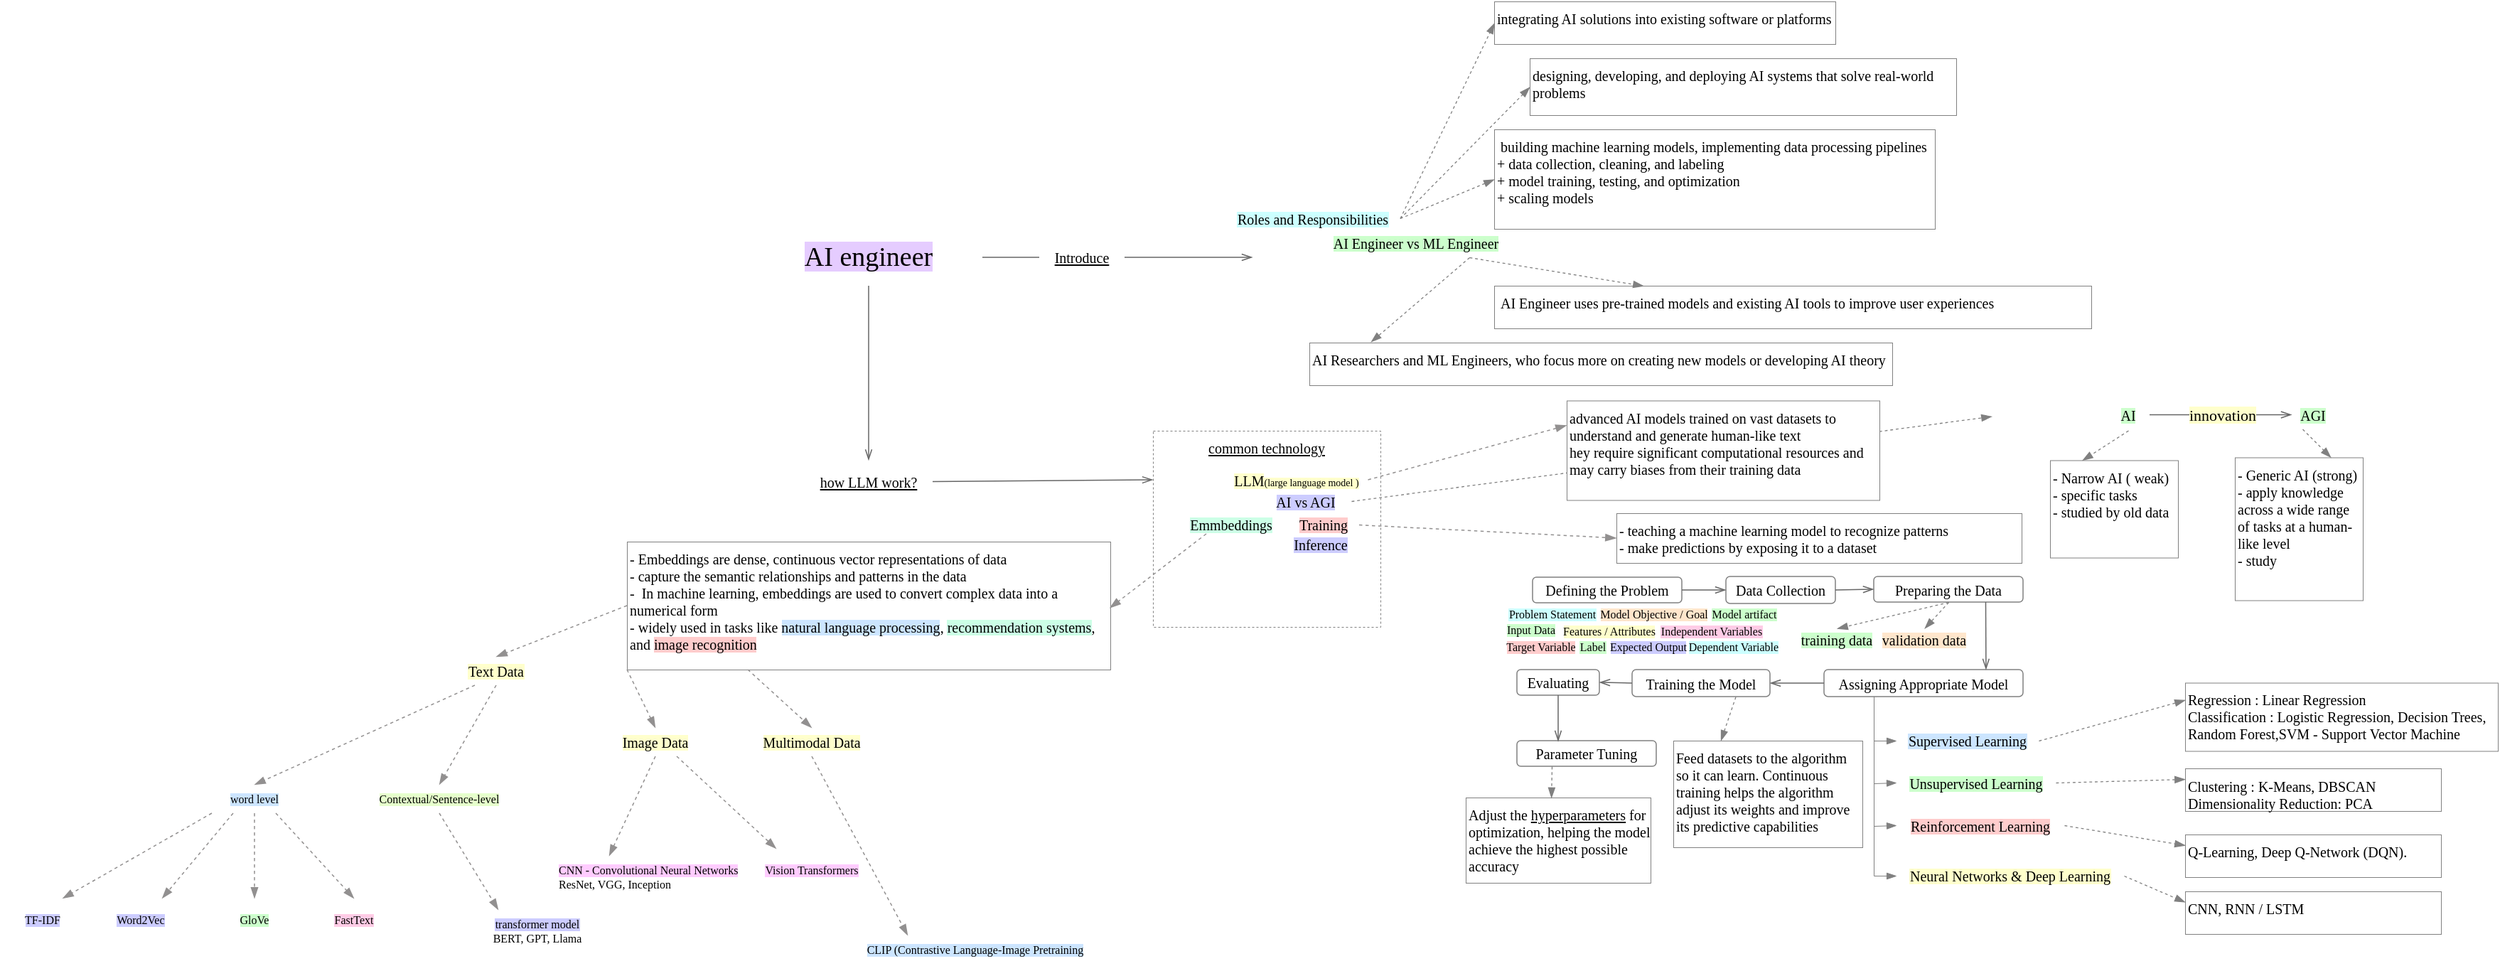
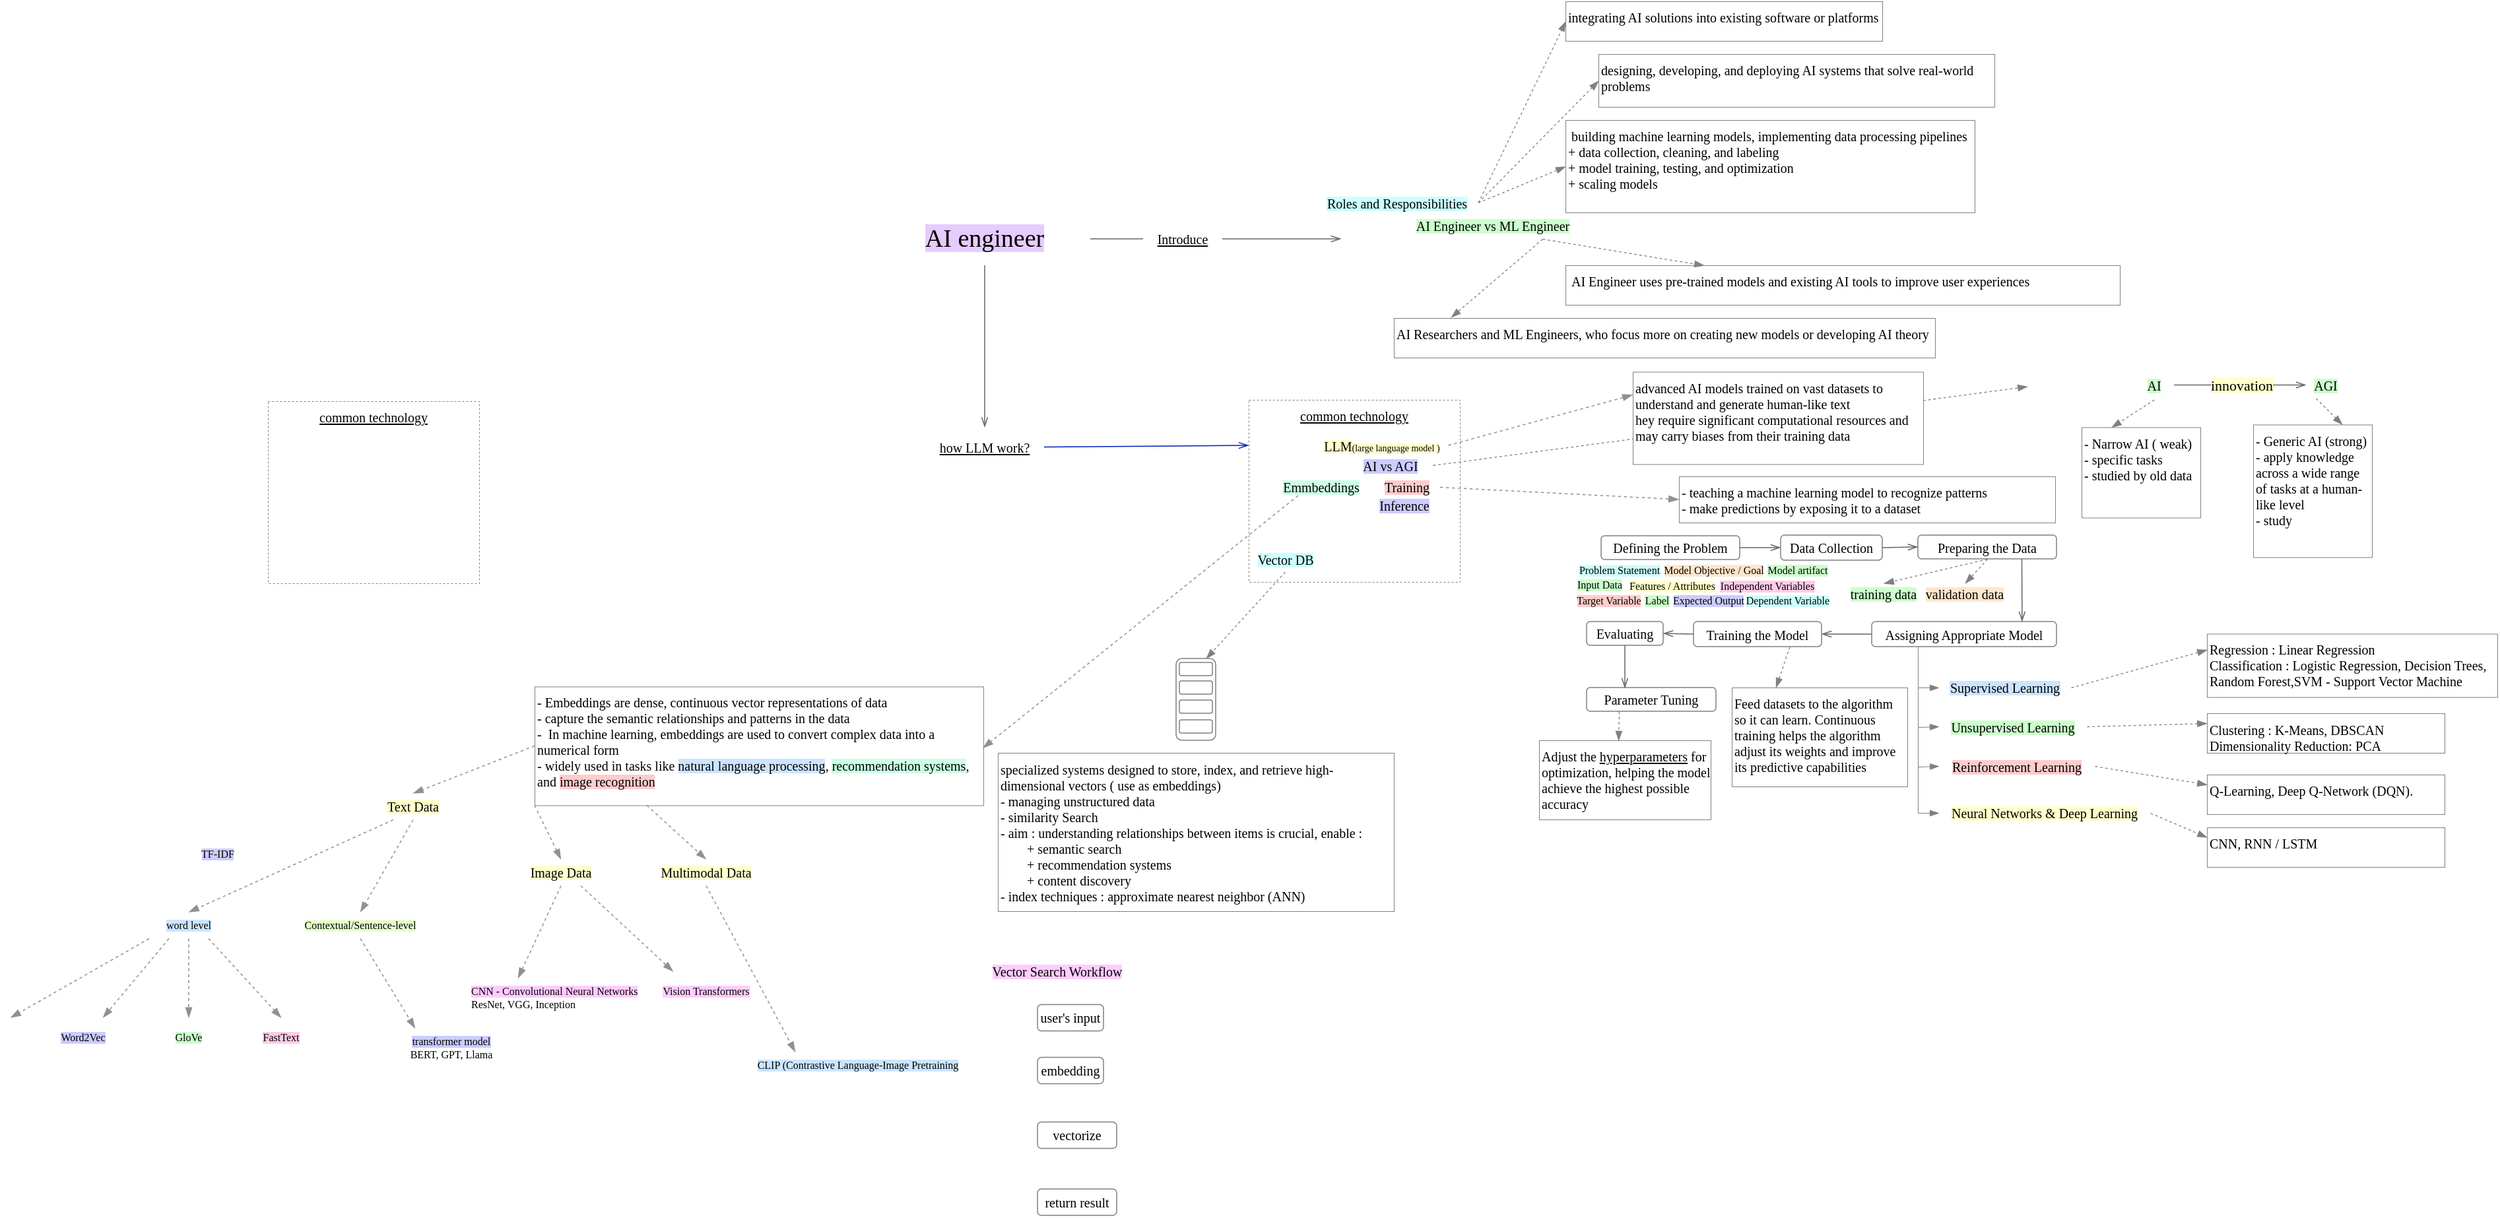
<mxfile host="app.diagrams.net" agent="Mozilla/5.0 (Macintosh; Intel Mac OS X 10_15_7) AppleWebKit/537.36 (KHTML, like Gecko) draw.io/29.3.0 Chrome/140.0.7339.249 Electron/38.7.2 Safari/537.36">
  <diagram name="Page-1" id="n3nyEJ4kgbD7jWuKOy95">
-     <mxGraphModel dx="2415" dy="741" grid="1" gridSize="10" guides="1" tooltips="1" connect="1" arrows="1" fold="1" page="1" pageScale="1" pageWidth="827" pageHeight="1169" math="0" shadow="0">
+     <mxGraphModel dx="1247" dy="188" grid="1" gridSize="10" guides="1" tooltips="1" connect="1" arrows="1" fold="1" page="1" pageScale="1" pageWidth="827" pageHeight="1169" math="0" shadow="0">
      <root>
        <mxCell id="0" />
        <mxCell id="1" parent="0" />
        <mxCell id="48Jv2C9wjBzbgeSbcpPr-1" parent="1" style="text;html=1;whiteSpace=wrap;strokeColor=none;fillColor=none;align=center;verticalAlign=middle;rounded=0;fontFamily=Comic Sans MS;fontSize=19;" value="&lt;span style=&quot;background-color: rgb(229, 204, 255);&quot;&gt;AI engineer&lt;/span&gt;" vertex="1">
          <mxGeometry height="40" width="160" x="400" y="360" as="geometry" />
        </mxCell>
        <mxCell id="48Jv2C9wjBzbgeSbcpPr-3" parent="1" style="text;html=1;whiteSpace=wrap;strokeColor=none;fillColor=none;align=center;verticalAlign=middle;rounded=0;fontFamily=Comic Sans MS;fontSize=10;fontStyle=4" value="how LLM work?" vertex="1">
          <mxGeometry height="30" width="90" x="435" y="522.75" as="geometry" />
        </mxCell>
        <mxCell id="48Jv2C9wjBzbgeSbcpPr-6" edge="1" parent="1" source="48Jv2C9wjBzbgeSbcpPr-1" style="endArrow=openThin;html=1;rounded=0;strokeWidth=0.75;endFill=0;strokeColor=#666666;exitX=0.5;exitY=1;exitDx=0;exitDy=0;entryX=0.5;entryY=0;entryDx=0;entryDy=0;fontFamily=Comic Sans MS;" target="48Jv2C9wjBzbgeSbcpPr-3" value="">
          <mxGeometry height="50" relative="1" width="50" as="geometry">
            <mxPoint x="390" y="450" as="sourcePoint" />
            <mxPoint x="440" y="400" as="targetPoint" />
          </mxGeometry>
        </mxCell>
        <mxCell id="48Jv2C9wjBzbgeSbcpPr-8" parent="1" style="text;html=1;whiteSpace=wrap;strokeColor=none;fillColor=none;align=center;verticalAlign=middle;rounded=0;fontFamily=Comic Sans MS;fontSize=10;fontStyle=4" value="Introduce" vertex="1">
          <mxGeometry height="30" width="60" x="600" y="365" as="geometry" />
        </mxCell>
        <mxCell id="48Jv2C9wjBzbgeSbcpPr-9" edge="1" parent="1" source="48Jv2C9wjBzbgeSbcpPr-1" style="endArrow=none;html=1;rounded=0;strokeWidth=0.75;endFill=0;strokeColor=#666666;entryX=0;entryY=0.5;entryDx=0;entryDy=0;exitX=1;exitY=0.5;exitDx=0;exitDy=0;fontFamily=Comic Sans MS;" target="48Jv2C9wjBzbgeSbcpPr-8" value="">
          <mxGeometry height="50" relative="1" width="50" as="geometry">
            <mxPoint x="390" y="450" as="sourcePoint" />
            <mxPoint x="440" y="400" as="targetPoint" />
          </mxGeometry>
        </mxCell>
        <mxCell id="48Jv2C9wjBzbgeSbcpPr-11" edge="1" parent="1" source="48Jv2C9wjBzbgeSbcpPr-8" style="endArrow=openThin;html=1;rounded=0;strokeWidth=0.75;endFill=0;strokeColor=#666666;exitX=1;exitY=0.5;exitDx=0;exitDy=0;fontFamily=Comic Sans MS;" value="">
          <mxGeometry height="50" relative="1" width="50" as="geometry">
            <mxPoint x="590" y="450" as="sourcePoint" />
            <mxPoint x="750" y="380" as="targetPoint" />
          </mxGeometry>
        </mxCell>
        <mxCell id="48Jv2C9wjBzbgeSbcpPr-13" parent="1" style="text;html=1;whiteSpace=wrap;strokeColor=none;fillColor=none;align=center;verticalAlign=middle;rounded=0;fontFamily=Comic Sans MS;fontSize=10;" value="&lt;div&gt;&lt;span style=&quot;background-color: rgb(204, 255, 255);&quot;&gt;Roles and Responsibilities&lt;/span&gt;&lt;/div&gt;" vertex="1">
          <mxGeometry height="15" width="122.5" x="731.25" y="345" as="geometry" />
        </mxCell>
        <mxCell id="48Jv2C9wjBzbgeSbcpPr-14" parent="1" style="rounded=0;whiteSpace=wrap;html=1;fontFamily=Comic Sans MS;strokeWidth=0.5;strokeColor=#808080;align=left;verticalAlign=top;fontSize=10;" value="designing, developing, and deploying AI systems that solve real-world problems" vertex="1">
          <mxGeometry height="40" width="300" x="945" y="240" as="geometry" />
        </mxCell>
        <mxCell id="48Jv2C9wjBzbgeSbcpPr-15" parent="1" style="rounded=0;whiteSpace=wrap;html=1;fontFamily=Comic Sans MS;strokeWidth=0.5;strokeColor=#808080;align=left;verticalAlign=top;fontSize=10;" value="&amp;nbsp;building machine learning models, implementing data processing pipelines&lt;div&gt;+&amp;nbsp;data collection, cleaning, and labeling&lt;/div&gt;&lt;div&gt;+&amp;nbsp;model training, testing, and optimization&lt;/div&gt;&lt;div&gt;+&amp;nbsp;scaling models&lt;/div&gt;" vertex="1">
          <mxGeometry height="70" width="310" x="920" y="290" as="geometry" />
        </mxCell>
        <mxCell id="48Jv2C9wjBzbgeSbcpPr-16" parent="1" style="rounded=0;whiteSpace=wrap;html=1;fontFamily=Comic Sans MS;strokeWidth=0.5;strokeColor=#808080;align=left;verticalAlign=top;fontSize=10;" value="integrating AI solutions into existing software or platforms" vertex="1">
          <mxGeometry height="30" width="240" x="920" y="200" as="geometry" />
        </mxCell>
        <mxCell id="48Jv2C9wjBzbgeSbcpPr-17" edge="1" parent="1" source="48Jv2C9wjBzbgeSbcpPr-13" style="endArrow=blockThin;html=1;rounded=0;strokeColor=#808080;endFill=1;strokeWidth=0.65;exitX=1;exitY=0.5;exitDx=0;exitDy=0;entryX=0;entryY=0.5;entryDx=0;entryDy=0;dashed=1;fontFamily=Comic Sans MS;" target="48Jv2C9wjBzbgeSbcpPr-15" value="">
          <mxGeometry height="50" relative="1" width="50" as="geometry">
            <mxPoint x="945" y="330" as="sourcePoint" />
            <mxPoint x="920" y="290" as="targetPoint" />
          </mxGeometry>
        </mxCell>
        <mxCell id="48Jv2C9wjBzbgeSbcpPr-18" edge="1" parent="1" source="48Jv2C9wjBzbgeSbcpPr-13" style="endArrow=blockThin;html=1;rounded=0;strokeColor=#808080;endFill=1;strokeWidth=0.65;exitX=1;exitY=0.5;exitDx=0;exitDy=0;entryX=0;entryY=0.5;entryDx=0;entryDy=0;dashed=1;fontFamily=Comic Sans MS;" target="48Jv2C9wjBzbgeSbcpPr-14" value="">
          <mxGeometry height="50" relative="1" width="50" as="geometry">
            <mxPoint x="945" y="330" as="sourcePoint" />
            <mxPoint x="920" y="290" as="targetPoint" />
          </mxGeometry>
        </mxCell>
        <mxCell id="48Jv2C9wjBzbgeSbcpPr-19" edge="1" parent="1" source="48Jv2C9wjBzbgeSbcpPr-13" style="endArrow=blockThin;html=1;rounded=0;strokeColor=#808080;endFill=1;strokeWidth=0.65;exitX=1;exitY=0.5;exitDx=0;exitDy=0;entryX=0;entryY=0.5;entryDx=0;entryDy=0;dashed=1;fontFamily=Comic Sans MS;" target="48Jv2C9wjBzbgeSbcpPr-16" value="">
          <mxGeometry height="50" relative="1" width="50" as="geometry">
            <mxPoint x="945" y="330" as="sourcePoint" />
            <mxPoint x="920" y="290" as="targetPoint" />
          </mxGeometry>
        </mxCell>
        <mxCell id="48Jv2C9wjBzbgeSbcpPr-20" parent="1" style="text;html=1;whiteSpace=wrap;strokeColor=none;fillColor=none;align=center;verticalAlign=middle;rounded=0;fontFamily=Comic Sans MS;fontSize=10;" value="&lt;span style=&quot;background-color: rgb(204, 255, 204);&quot;&gt;AI Engineer vs ML Engineer&lt;/span&gt;" vertex="1">
          <mxGeometry height="20" width="150" x="790" y="360" as="geometry" />
        </mxCell>
        <mxCell id="48Jv2C9wjBzbgeSbcpPr-21" parent="1" style="rounded=0;whiteSpace=wrap;html=1;fontFamily=Comic Sans MS;strokeWidth=0.5;strokeColor=#808080;align=left;verticalAlign=top;fontSize=10;" value="&amp;nbsp;AI Engineer uses pre-trained models and existing AI tools to improve user experiences" vertex="1">
          <mxGeometry height="30" width="420" x="920" y="400" as="geometry" />
        </mxCell>
        <mxCell id="48Jv2C9wjBzbgeSbcpPr-22" parent="1" style="rounded=0;whiteSpace=wrap;html=1;fontFamily=Comic Sans MS;strokeWidth=0.5;strokeColor=#808080;align=left;verticalAlign=top;fontSize=10;" value="AI Researchers and ML Engineers, who focus more on creating new models or developing AI theory" vertex="1">
          <mxGeometry height="30" width="410" x="790" y="440" as="geometry" />
        </mxCell>
        <mxCell id="48Jv2C9wjBzbgeSbcpPr-23" edge="1" parent="1" source="48Jv2C9wjBzbgeSbcpPr-20" style="endArrow=blockThin;html=1;rounded=0;strokeColor=#808080;endFill=1;strokeWidth=0.65;exitX=0.75;exitY=1;exitDx=0;exitDy=0;entryX=0.25;entryY=0;entryDx=0;entryDy=0;dashed=1;fontFamily=Comic Sans MS;" target="48Jv2C9wjBzbgeSbcpPr-21" value="">
          <mxGeometry height="50" relative="1" width="50" as="geometry">
            <mxPoint x="705" y="330" as="sourcePoint" />
            <mxPoint x="680" y="290" as="targetPoint" />
          </mxGeometry>
        </mxCell>
        <mxCell id="48Jv2C9wjBzbgeSbcpPr-24" edge="1" parent="1" source="48Jv2C9wjBzbgeSbcpPr-20" style="endArrow=blockThin;html=1;rounded=0;strokeColor=#808080;endFill=1;strokeWidth=0.65;exitX=0.75;exitY=1;exitDx=0;exitDy=0;entryX=0.105;entryY=-0.017;entryDx=0;entryDy=0;dashed=1;entryPerimeter=0;fontFamily=Comic Sans MS;" target="48Jv2C9wjBzbgeSbcpPr-22" value="">
          <mxGeometry height="50" relative="1" width="50" as="geometry">
            <mxPoint x="705" y="330" as="sourcePoint" />
            <mxPoint x="680" y="290" as="targetPoint" />
          </mxGeometry>
        </mxCell>
        <mxCell id="48Jv2C9wjBzbgeSbcpPr-25" parent="1" style="rounded=0;whiteSpace=wrap;html=1;fontFamily=Comic Sans MS;strokeWidth=0.5;strokeColor=#808080;align=center;verticalAlign=top;fontSize=10;dashed=1;" value="&lt;u&gt;common technology&lt;/u&gt;&lt;div&gt;&lt;br&gt;&lt;/div&gt;" vertex="1">
          <mxGeometry height="138" width="160" x="680" y="502" as="geometry" />
        </mxCell>
        <mxCell id="48Jv2C9wjBzbgeSbcpPr-27" parent="1" style="text;html=1;whiteSpace=wrap;strokeColor=none;fillColor=none;align=center;verticalAlign=middle;rounded=0;fontFamily=Comic Sans MS;fontSize=10;" value="&lt;span&gt;&lt;span style=&quot;background-color: light-dark(rgb(204, 204, 255), rgb(0, 43, 0));&quot;&gt;AI vs AGI&lt;/span&gt;&lt;br&gt;&lt;/span&gt;" vertex="1">
          <mxGeometry height="10" width="65" x="754.5" y="546.5" as="geometry" />
        </mxCell>
-         <mxCell id="48Jv2C9wjBzbgeSbcpPr-28" edge="1" parent="1" source="48Jv2C9wjBzbgeSbcpPr-3" style="endArrow=openThin;html=1;rounded=0;strokeWidth=0.75;endFill=0;strokeColor=#666666;exitX=1;exitY=0.5;exitDx=0;exitDy=0;entryX=0;entryY=0.25;entryDx=0;entryDy=0;fontFamily=Comic Sans MS;" target="48Jv2C9wjBzbgeSbcpPr-25" value="">
+         <mxCell id="48Jv2C9wjBzbgeSbcpPr-28" edge="1" parent="1" source="48Jv2C9wjBzbgeSbcpPr-3" style="endArrow=openThin;html=1;rounded=0;strokeWidth=0.75;endFill=0;strokeColor=#001DBC;exitX=1;exitY=0.5;exitDx=0;exitDy=0;entryX=0;entryY=0.25;entryDx=0;entryDy=0;fontFamily=Comic Sans MS;fillColor=#0050ef;" target="48Jv2C9wjBzbgeSbcpPr-25" value="">
          <mxGeometry height="50" relative="1" width="50" as="geometry">
            <mxPoint x="670" y="630" as="sourcePoint" />
            <mxPoint x="720" y="580" as="targetPoint" />
          </mxGeometry>
        </mxCell>
        <mxCell id="48Jv2C9wjBzbgeSbcpPr-31" edge="1" parent="1" source="48Jv2C9wjBzbgeSbcpPr-27" style="endArrow=blockThin;html=1;rounded=0;strokeColor=#808080;endFill=1;strokeWidth=0.65;exitX=1;exitY=0.5;exitDx=0;exitDy=0;dashed=1;fontFamily=Comic Sans MS;entryX=0;entryY=0.5;entryDx=0;entryDy=0;" value="">
          <mxGeometry height="50" relative="1" width="50" as="geometry">
            <mxPoint x="810" y="536" as="sourcePoint" />
            <mxPoint x="1270" y="491.7500000000001" as="targetPoint" />
          </mxGeometry>
        </mxCell>
        <mxCell id="48Jv2C9wjBzbgeSbcpPr-32" parent="1" style="text;html=1;whiteSpace=wrap;strokeColor=none;fillColor=none;align=center;verticalAlign=middle;rounded=0;fontFamily=Comic Sans MS;fontSize=10;" value="&lt;span style=&quot;background-color: rgb(204, 255, 204);&quot;&gt;&lt;span style=&quot;background-color: light-dark(rgb(204, 255, 204), rgb(0, 43, 0));&quot;&gt;AI&lt;/span&gt;&lt;br&gt;&lt;/span&gt;" vertex="1">
          <mxGeometry height="22" width="30" x="1351" y="479.75" as="geometry" />
        </mxCell>
        <mxCell id="48Jv2C9wjBzbgeSbcpPr-34" parent="1" style="text;html=1;whiteSpace=wrap;strokeColor=none;fillColor=none;align=center;verticalAlign=middle;rounded=0;fontFamily=Comic Sans MS;fontSize=10;" value="&lt;span style=&quot;background-color: rgb(204, 255, 204);&quot;&gt;AGI&lt;/span&gt;" vertex="1">
          <mxGeometry height="20" width="30" x="1481" y="480.75" as="geometry" />
        </mxCell>
        <mxCell id="48Jv2C9wjBzbgeSbcpPr-35" edge="1" parent="1" source="48Jv2C9wjBzbgeSbcpPr-32" style="endArrow=openThin;html=1;rounded=0;strokeWidth=0.75;endFill=0;strokeColor=#666666;exitX=1;exitY=0.5;exitDx=0;exitDy=0;fontFamily=Comic Sans MS;" target="48Jv2C9wjBzbgeSbcpPr-34" value="">
          <mxGeometry height="50" relative="1" width="50" as="geometry">
            <mxPoint x="1391" y="612.75" as="sourcePoint" />
            <mxPoint x="1441" y="562.75" as="targetPoint" />
          </mxGeometry>
        </mxCell>
        <mxCell id="48Jv2C9wjBzbgeSbcpPr-36" connectable="0" parent="48Jv2C9wjBzbgeSbcpPr-35" style="edgeLabel;html=1;align=center;verticalAlign=middle;resizable=0;points=[];fontFamily=Comic Sans MS;" value="&lt;span style=&quot;background-color: rgb(255, 255, 204);&quot;&gt;innovation&lt;/span&gt;" vertex="1">
          <mxGeometry relative="1" x="-0.312" as="geometry">
            <mxPoint x="16" as="offset" />
          </mxGeometry>
        </mxCell>
        <mxCell id="48Jv2C9wjBzbgeSbcpPr-37" parent="1" style="rounded=0;whiteSpace=wrap;html=1;fontFamily=Comic Sans MS;strokeWidth=0.5;strokeColor=#808080;align=left;verticalAlign=top;fontSize=10;" value="- Narrow AI ( weak)&lt;div&gt;-&amp;nbsp;specific tasks&lt;/div&gt;&lt;div&gt;- studied by old data&lt;/div&gt;" vertex="1">
          <mxGeometry height="68.5" width="90" x="1311" y="522.75" as="geometry" />
        </mxCell>
        <mxCell id="48Jv2C9wjBzbgeSbcpPr-38" parent="1" style="rounded=0;whiteSpace=wrap;html=1;fontFamily=Comic Sans MS;strokeWidth=0.5;strokeColor=#808080;align=left;verticalAlign=top;fontSize=10;" value="- Generic AI (strong)&lt;div&gt;-&amp;nbsp;apply knowledge across a wide range of tasks at a human-like level&lt;/div&gt;&lt;div&gt;- study&amp;nbsp;&lt;/div&gt;" vertex="1">
          <mxGeometry height="100.5" width="90" x="1441" y="520.75" as="geometry" />
        </mxCell>
        <mxCell id="48Jv2C9wjBzbgeSbcpPr-39" edge="1" parent="1" source="48Jv2C9wjBzbgeSbcpPr-34" style="endArrow=blockThin;html=1;rounded=0;strokeColor=#808080;endFill=1;strokeWidth=0.65;exitX=0.25;exitY=1;exitDx=0;exitDy=0;entryX=0.75;entryY=0;entryDx=0;entryDy=0;dashed=1;" target="48Jv2C9wjBzbgeSbcpPr-38" value="">
          <mxGeometry height="50" relative="1" width="50" as="geometry">
            <mxPoint x="1456" y="580.75" as="sourcePoint" />
            <mxPoint x="1431" y="540.75" as="targetPoint" />
          </mxGeometry>
        </mxCell>
        <mxCell id="48Jv2C9wjBzbgeSbcpPr-41" edge="1" parent="1" source="48Jv2C9wjBzbgeSbcpPr-32" style="endArrow=blockThin;html=1;rounded=0;strokeColor=#808080;endFill=1;strokeWidth=0.65;exitX=0.5;exitY=1;exitDx=0;exitDy=0;entryX=0.25;entryY=0;entryDx=0;entryDy=0;dashed=1;" target="48Jv2C9wjBzbgeSbcpPr-37" value="">
          <mxGeometry height="50" relative="1" width="50" as="geometry">
            <mxPoint x="1456" y="582.75" as="sourcePoint" />
            <mxPoint x="1431" y="542.75" as="targetPoint" />
          </mxGeometry>
        </mxCell>
        <mxCell id="4Kx2ZGOmUHy-jwn0eLsE-1" parent="1" style="text;html=1;whiteSpace=wrap;strokeColor=none;fillColor=none;align=center;verticalAlign=middle;rounded=0;" value="&lt;font face=&quot;Comic Sans MS&quot; style=&quot;background-color: rgb(255, 255, 204); font-size: 10px;&quot;&gt;LLM&lt;/font&gt;&lt;span style=&quot;background-color: rgb(255, 255, 204); font-size: 7px; font-family: &amp;quot;Comic Sans MS&amp;quot;; color: light-dark(rgb(0, 0, 0), rgb(255, 255, 255));&quot;&gt;(large language model )&lt;/span&gt;" vertex="1">
          <mxGeometry height="20" width="100" x="731.25" y="526.5" as="geometry" />
        </mxCell>
        <mxCell id="4Kx2ZGOmUHy-jwn0eLsE-2" parent="1" style="rounded=0;whiteSpace=wrap;html=1;align=left;verticalAlign=top;fontFamily=Comic Sans MS;strokeWidth=0.5;fontSize=10;strokeColor=#808080;" value="&lt;div&gt;&lt;div&gt;&lt;span style=&quot;background-color: transparent;&quot;&gt;advanced AI models trained on vast datasets to understand and generate human-like text&lt;/span&gt;&lt;/div&gt;&lt;/div&gt;&lt;div&gt;&lt;span style=&quot;background-color: transparent;&quot;&gt;hey require significant computational resources and may carry biases from their training data&lt;/span&gt;&lt;/div&gt;" vertex="1">
          <mxGeometry height="70" width="220" x="971" y="480.75" as="geometry" />
        </mxCell>
        <mxCell id="4Kx2ZGOmUHy-jwn0eLsE-3" edge="1" parent="1" source="4Kx2ZGOmUHy-jwn0eLsE-1" style="endArrow=blockThin;html=1;rounded=0;endFill=1;strokeColor=light-dark(#929090, #ededed);strokeWidth=0.75;dashed=1;exitX=1;exitY=0.5;exitDx=0;exitDy=0;entryX=0;entryY=0.25;entryDx=0;entryDy=0;" target="4Kx2ZGOmUHy-jwn0eLsE-2" value="">
          <mxGeometry height="50" relative="1" width="50" as="geometry">
            <mxPoint x="710" y="550" as="sourcePoint" />
            <mxPoint x="760" y="500" as="targetPoint" />
          </mxGeometry>
        </mxCell>
        <mxCell id="4Kx2ZGOmUHy-jwn0eLsE-4" parent="1" style="text;html=1;whiteSpace=wrap;strokeColor=none;fillColor=none;align=center;verticalAlign=middle;rounded=0;fontFamily=Comic Sans MS;fontSize=10;" value="&lt;span&gt;&lt;span style=&quot;background-color: light-dark(rgb(204, 255, 230), rgb(0, 43, 0));&quot;&gt;Emmbeddings&lt;/span&gt;&lt;br&gt;&lt;/span&gt;" vertex="1">
          <mxGeometry height="14" width="70" x="700" y="560.5" as="geometry" />
        </mxCell>
        <mxCell id="4Kx2ZGOmUHy-jwn0eLsE-5" parent="1" style="rounded=0;whiteSpace=wrap;html=1;align=left;verticalAlign=top;fontFamily=Comic Sans MS;strokeWidth=0.5;fontSize=10;strokeColor=#808080;" value="&lt;div&gt;&lt;div&gt;&lt;span style=&quot;background-color: transparent;&quot;&gt;- Embeddings are dense, continuous vector representations of data&lt;/span&gt;&lt;/div&gt;&lt;/div&gt;&lt;div&gt;&lt;span style=&quot;background-color: transparent;&quot;&gt;-&amp;nbsp;&lt;/span&gt;&lt;span style=&quot;background-color: transparent;&quot;&gt;capture the semantic relationships and patterns in the data&lt;/span&gt;&lt;/div&gt;&lt;div&gt;&lt;span style=&quot;background-color: transparent;&quot;&gt;-&amp;nbsp;&lt;/span&gt;&lt;span style=&quot;background-color: transparent;&quot;&gt;&amp;nbsp;In machine learning, embeddings are used to convert complex data into a numerical form&lt;/span&gt;&lt;/div&gt;&lt;div&gt;&lt;span style=&quot;background-color: transparent;&quot;&gt;-&amp;nbsp;&lt;/span&gt;&lt;span style=&quot;background-color: transparent;&quot;&gt;widely used in tasks like &lt;/span&gt;&lt;span style=&quot;background-color: rgb(204, 229, 255);&quot;&gt;natural language processing&lt;/span&gt;&lt;span style=&quot;background-color: transparent;&quot;&gt;, &lt;/span&gt;&lt;span style=&quot;background-color: rgb(204, 255, 230);&quot;&gt;recommendation systems&lt;/span&gt;&lt;span style=&quot;background-color: transparent;&quot;&gt;, and &lt;/span&gt;&lt;span style=&quot;background-color: rgb(255, 204, 204);&quot;&gt;image recognition&lt;/span&gt;&lt;/div&gt;" vertex="1">
-           <mxGeometry height="90" width="340" x="310" y="580" as="geometry" />
+           <mxGeometry height="90" width="340" x="139" y="719.25" as="geometry" />
        </mxCell>
        <mxCell id="4Kx2ZGOmUHy-jwn0eLsE-6" parent="1" style="text;html=1;whiteSpace=wrap;strokeColor=none;fillColor=none;align=center;verticalAlign=middle;rounded=0;fontSize=10;" value="&lt;font face=&quot;Comic Sans MS&quot; style=&quot;background-color: rgb(255, 204, 204);&quot;&gt;Training&lt;/font&gt;" vertex="1">
          <mxGeometry height="13.5" width="50" x="775" y="561.5" as="geometry" />
        </mxCell>
        <mxCell id="4Kx2ZGOmUHy-jwn0eLsE-7" edge="1" parent="1" source="4Kx2ZGOmUHy-jwn0eLsE-4" style="endArrow=blockThin;html=1;rounded=0;endFill=1;strokeColor=light-dark(#929090, #ededed);strokeWidth=0.75;dashed=1;exitX=0.25;exitY=1;exitDx=0;exitDy=0;entryX=0.999;entryY=0.518;entryDx=0;entryDy=0;entryPerimeter=0;" target="4Kx2ZGOmUHy-jwn0eLsE-5" value="">
          <mxGeometry height="50" relative="1" width="50" as="geometry">
            <mxPoint x="620" y="640" as="sourcePoint" />
            <mxPoint x="670" y="590" as="targetPoint" />
          </mxGeometry>
        </mxCell>
        <mxCell id="4Kx2ZGOmUHy-jwn0eLsE-8" parent="1" style="rounded=0;whiteSpace=wrap;html=1;align=left;verticalAlign=top;fontFamily=Comic Sans MS;strokeWidth=0.5;fontSize=10;strokeColor=#808080;" value="&lt;div&gt;&lt;span style=&quot;background-color: transparent; color: light-dark(rgb(0, 0, 0), rgb(255, 255, 255));&quot;&gt;-&amp;nbsp;teaching a machine learning model to recognize patterns&lt;/span&gt;&lt;/div&gt;&lt;div&gt;-&amp;nbsp;make predictions by exposing it to a dataset&lt;/div&gt;" vertex="1">
          <mxGeometry height="35" width="285" x="1006" y="560" as="geometry" />
        </mxCell>
        <mxCell id="4Kx2ZGOmUHy-jwn0eLsE-10" edge="1" parent="1" source="4Kx2ZGOmUHy-jwn0eLsE-6" style="endArrow=blockThin;html=1;rounded=0;endFill=1;strokeColor=light-dark(#929090, #ededed);strokeWidth=0.75;dashed=1;exitX=1;exitY=0.5;exitDx=0;exitDy=0;entryX=0;entryY=0.5;entryDx=0;entryDy=0;" target="4Kx2ZGOmUHy-jwn0eLsE-8" value="">
          <mxGeometry height="50" relative="1" width="50" as="geometry">
            <mxPoint x="950" y="590" as="sourcePoint" />
            <mxPoint x="1000" y="540" as="targetPoint" />
          </mxGeometry>
        </mxCell>
        <mxCell id="4Kx2ZGOmUHy-jwn0eLsE-11" parent="1" style="text;html=1;whiteSpace=wrap;strokeColor=none;fillColor=none;align=center;verticalAlign=middle;rounded=0;fontSize=10;" value="&lt;font face=&quot;Comic Sans MS&quot; style=&quot;background-color: rgb(255, 255, 204);&quot;&gt;Text Data&lt;/font&gt;" vertex="1">
-           <mxGeometry height="20" width="60" x="188" y="661" as="geometry" />
+           <mxGeometry height="20" width="60" x="17" y="800.25" as="geometry" />
        </mxCell>
        <mxCell id="4Kx2ZGOmUHy-jwn0eLsE-12" parent="1" style="text;html=1;whiteSpace=wrap;strokeColor=none;fillColor=none;align=center;verticalAlign=middle;rounded=0;fontSize=10;" value="&lt;font face=&quot;Comic Sans MS&quot; style=&quot;background-color: rgb(255, 255, 204);&quot;&gt;Image Data&lt;/font&gt;" vertex="1">
-           <mxGeometry height="20" width="60" x="300" y="711" as="geometry" />
+           <mxGeometry height="20" width="60" x="129" y="850.25" as="geometry" />
        </mxCell>
        <mxCell id="4Kx2ZGOmUHy-jwn0eLsE-13" parent="1" style="text;html=1;whiteSpace=wrap;strokeColor=none;fillColor=none;align=center;verticalAlign=middle;rounded=0;fontSize=10;" value="&lt;font face=&quot;Comic Sans MS&quot; style=&quot;background-color: rgb(255, 255, 204);&quot;&gt;Multimodal&amp;nbsp;Data&lt;/font&gt;" vertex="1">
-           <mxGeometry height="20" width="60" x="410" y="711" as="geometry" />
+           <mxGeometry height="20" width="60" x="239" y="850.25" as="geometry" />
        </mxCell>
        <mxCell id="4Kx2ZGOmUHy-jwn0eLsE-14" edge="1" parent="1" source="4Kx2ZGOmUHy-jwn0eLsE-5" style="endArrow=blockThin;html=1;rounded=0;endFill=1;strokeColor=light-dark(#929090, #ededed);strokeWidth=0.75;dashed=1;entryX=0.5;entryY=0;entryDx=0;entryDy=0;exitX=0.25;exitY=1;exitDx=0;exitDy=0;" target="4Kx2ZGOmUHy-jwn0eLsE-13" value="">
          <mxGeometry height="50" relative="1" width="50" as="geometry">
-             <mxPoint x="410" y="700" as="sourcePoint" />
-             <mxPoint x="460" y="650" as="targetPoint" />
+             <mxPoint x="239" y="839.25" as="sourcePoint" />
+             <mxPoint x="289" y="789.25" as="targetPoint" />
          </mxGeometry>
        </mxCell>
        <mxCell id="4Kx2ZGOmUHy-jwn0eLsE-15" edge="1" parent="1" source="4Kx2ZGOmUHy-jwn0eLsE-5" style="endArrow=blockThin;html=1;rounded=0;endFill=1;strokeColor=light-dark(#929090, #ededed);strokeWidth=0.75;dashed=1;entryX=0.5;entryY=0;entryDx=0;entryDy=0;exitX=0;exitY=1;exitDx=0;exitDy=0;" target="4Kx2ZGOmUHy-jwn0eLsE-12" value="">
          <mxGeometry height="50" relative="1" width="50" as="geometry">
-             <mxPoint x="410" y="700" as="sourcePoint" />
-             <mxPoint x="460" y="650" as="targetPoint" />
+             <mxPoint x="239" y="839.25" as="sourcePoint" />
+             <mxPoint x="289" y="789.25" as="targetPoint" />
          </mxGeometry>
        </mxCell>
        <mxCell id="4Kx2ZGOmUHy-jwn0eLsE-16" edge="1" parent="1" source="4Kx2ZGOmUHy-jwn0eLsE-5" style="endArrow=blockThin;html=1;rounded=0;endFill=1;strokeColor=light-dark(#929090, #ededed);strokeWidth=0.75;dashed=1;entryX=0.5;entryY=0;entryDx=0;entryDy=0;exitX=0;exitY=0.5;exitDx=0;exitDy=0;" target="4Kx2ZGOmUHy-jwn0eLsE-11" value="">
          <mxGeometry height="50" relative="1" width="50" as="geometry">
-             <mxPoint x="410" y="700" as="sourcePoint" />
-             <mxPoint x="460" y="650" as="targetPoint" />
+             <mxPoint x="239" y="839.25" as="sourcePoint" />
+             <mxPoint x="289" y="789.25" as="targetPoint" />
          </mxGeometry>
        </mxCell>
        <mxCell id="4Kx2ZGOmUHy-jwn0eLsE-17" parent="1" style="text;html=1;whiteSpace=wrap;strokeColor=none;fillColor=none;align=center;verticalAlign=middle;rounded=0;fontSize=8;" value="&lt;font face=&quot;Comic Sans MS&quot; style=&quot;background-color: rgb(204, 229, 255);&quot;&gt;word level&lt;/font&gt;" vertex="1">
-           <mxGeometry height="20" width="60" x="18" y="751" as="geometry" />
+           <mxGeometry height="20" width="60" x="-153" y="890.25" as="geometry" />
        </mxCell>
        <mxCell id="4Kx2ZGOmUHy-jwn0eLsE-18" parent="1" style="text;html=1;whiteSpace=wrap;strokeColor=none;fillColor=none;align=center;verticalAlign=middle;rounded=0;fontSize=8;fontStyle=0" value="&lt;font face=&quot;Comic Sans MS&quot; style=&quot;background-color: rgb(204, 204, 255);&quot;&gt;Word2Vec&lt;/font&gt;" vertex="1">
-           <mxGeometry height="30" width="60" x="-62" y="830.9999999999995" as="geometry" />
+           <mxGeometry height="30" width="60" x="-233" y="970.2499999999995" as="geometry" />
        </mxCell>
        <mxCell id="4Kx2ZGOmUHy-jwn0eLsE-19" parent="1" style="text;html=1;whiteSpace=wrap;strokeColor=none;fillColor=none;align=center;verticalAlign=middle;rounded=0;fontSize=8;fontStyle=0" value="&lt;font face=&quot;Comic Sans MS&quot; style=&quot;background-color: rgb(204, 255, 204);&quot;&gt;GloVe&lt;/font&gt;" vertex="1">
-           <mxGeometry height="30" width="60" x="18" y="830.9999999999995" as="geometry" />
+           <mxGeometry height="30" width="60" x="-153" y="970.2499999999995" as="geometry" />
        </mxCell>
        <mxCell id="4Kx2ZGOmUHy-jwn0eLsE-20" parent="1" style="text;html=1;whiteSpace=wrap;strokeColor=none;fillColor=none;align=center;verticalAlign=middle;rounded=0;fontSize=8;fontStyle=0" value="&lt;font face=&quot;Comic Sans MS&quot; style=&quot;background-color: rgb(255, 204, 230);&quot;&gt;FastText&lt;/font&gt;" vertex="1">
-           <mxGeometry height="30" width="60" x="88" y="830.9999999999995" as="geometry" />
+           <mxGeometry height="30" width="60" x="-83" y="970.2499999999995" as="geometry" />
        </mxCell>
        <mxCell id="4Kx2ZGOmUHy-jwn0eLsE-21" edge="1" parent="1" source="4Kx2ZGOmUHy-jwn0eLsE-17" style="endArrow=blockThin;html=1;rounded=0;endFill=1;strokeColor=light-dark(#929090, #ededed);strokeWidth=0.75;dashed=1;exitX=0.75;exitY=1;exitDx=0;exitDy=0;entryX=0.5;entryY=0;entryDx=0;entryDy=0;fontSize=8;" target="4Kx2ZGOmUHy-jwn0eLsE-20" value="">
          <mxGeometry height="50" relative="1" width="50" as="geometry">
-             <mxPoint x="118" y="791" as="sourcePoint" />
-             <mxPoint x="168" y="741" as="targetPoint" />
+             <mxPoint x="-53" y="930.25" as="sourcePoint" />
+             <mxPoint x="-3" y="880.25" as="targetPoint" />
          </mxGeometry>
        </mxCell>
        <mxCell id="4Kx2ZGOmUHy-jwn0eLsE-22" edge="1" parent="1" source="4Kx2ZGOmUHy-jwn0eLsE-17" style="endArrow=blockThin;html=1;rounded=0;endFill=1;strokeColor=light-dark(#929090, #ededed);strokeWidth=0.75;dashed=1;exitX=0.5;exitY=1;exitDx=0;exitDy=0;fontSize=8;" target="4Kx2ZGOmUHy-jwn0eLsE-19" value="">
          <mxGeometry height="50" relative="1" width="50" as="geometry">
-             <mxPoint x="88" y="791" as="sourcePoint" />
-             <mxPoint x="143" y="851" as="targetPoint" />
+             <mxPoint x="-83" y="930.25" as="sourcePoint" />
+             <mxPoint x="-28" y="990.25" as="targetPoint" />
          </mxGeometry>
        </mxCell>
        <mxCell id="4Kx2ZGOmUHy-jwn0eLsE-23" edge="1" parent="1" source="4Kx2ZGOmUHy-jwn0eLsE-17" style="endArrow=blockThin;html=1;rounded=0;endFill=1;strokeColor=light-dark(#929090, #ededed);strokeWidth=0.75;dashed=1;exitX=0.25;exitY=1;exitDx=0;exitDy=0;entryX=0.75;entryY=0;entryDx=0;entryDy=0;fontSize=8;" target="4Kx2ZGOmUHy-jwn0eLsE-18" value="">
          <mxGeometry height="50" relative="1" width="50" as="geometry">
-             <mxPoint x="38" y="781" as="sourcePoint" />
-             <mxPoint x="38" y="841" as="targetPoint" />
+             <mxPoint x="-133" y="920.25" as="sourcePoint" />
+             <mxPoint x="-133" y="980.25" as="targetPoint" />
          </mxGeometry>
        </mxCell>
        <mxCell id="4Kx2ZGOmUHy-jwn0eLsE-24" parent="1" style="text;html=1;whiteSpace=wrap;strokeColor=none;fillColor=none;align=center;verticalAlign=middle;rounded=0;fontSize=8;" value="&lt;font face=&quot;Comic Sans MS&quot; style=&quot;background-color: rgb(230, 255, 204);&quot;&gt;Contextual/Sentence-level&lt;/font&gt;" vertex="1">
-           <mxGeometry height="20" width="140" x="108" y="751" as="geometry" />
+           <mxGeometry height="20" width="140" x="-63" y="890.25" as="geometry" />
        </mxCell>
        <mxCell id="4Kx2ZGOmUHy-jwn0eLsE-25" parent="1" style="text;html=1;whiteSpace=wrap;strokeColor=none;fillColor=none;align=center;verticalAlign=middle;rounded=0;fontSize=8;" value="&lt;font face=&quot;Comic Sans MS&quot;&gt;&lt;span style=&quot;background-color: rgb(204, 204, 255);&quot;&gt;transformer model&lt;/span&gt;&lt;br&gt;&lt;font&gt;BERT, GPT, Llama&lt;/font&gt;&lt;/font&gt;" vertex="1">
-           <mxGeometry height="30" width="110" x="192" y="839" as="geometry" />
+           <mxGeometry height="30" width="110" x="21" y="978.25" as="geometry" />
        </mxCell>
        <mxCell id="4Kx2ZGOmUHy-jwn0eLsE-26" edge="1" parent="1" source="4Kx2ZGOmUHy-jwn0eLsE-24" style="endArrow=blockThin;html=1;rounded=0;endFill=1;strokeColor=light-dark(#929090, #ededed);strokeWidth=0.75;dashed=1;entryX=0.25;entryY=0;entryDx=0;entryDy=0;exitX=0.5;exitY=1;exitDx=0;exitDy=0;fontSize=8;" target="4Kx2ZGOmUHy-jwn0eLsE-25" value="">
          <mxGeometry height="50" relative="1" width="50" as="geometry">
-             <mxPoint x="208" y="841" as="sourcePoint" />
-             <mxPoint x="258" y="791" as="targetPoint" />
+             <mxPoint x="37" y="980.25" as="sourcePoint" />
+             <mxPoint x="87" y="930.25" as="targetPoint" />
          </mxGeometry>
        </mxCell>
        <mxCell id="4Kx2ZGOmUHy-jwn0eLsE-27" edge="1" parent="1" source="4Kx2ZGOmUHy-jwn0eLsE-11" style="endArrow=blockThin;html=1;rounded=0;endFill=1;strokeColor=light-dark(#929090, #ededed);strokeWidth=0.75;dashed=1;exitX=0.25;exitY=1;exitDx=0;exitDy=0;entryX=0.5;entryY=0;entryDx=0;entryDy=0;" target="4Kx2ZGOmUHy-jwn0eLsE-17" value="">
          <mxGeometry height="50" relative="1" width="50" as="geometry">
-             <mxPoint x="178" y="851" as="sourcePoint" />
-             <mxPoint x="228" y="801" as="targetPoint" />
+             <mxPoint x="7" y="990.25" as="sourcePoint" />
+             <mxPoint x="57" y="940.25" as="targetPoint" />
          </mxGeometry>
        </mxCell>
        <mxCell id="4Kx2ZGOmUHy-jwn0eLsE-28" edge="1" parent="1" source="4Kx2ZGOmUHy-jwn0eLsE-11" style="endArrow=blockThin;html=1;rounded=0;endFill=1;strokeColor=light-dark(#929090, #ededed);strokeWidth=0.75;dashed=1;entryX=0.5;entryY=0;entryDx=0;entryDy=0;exitX=0.5;exitY=1;exitDx=0;exitDy=0;" target="4Kx2ZGOmUHy-jwn0eLsE-24" value="">
          <mxGeometry height="50" relative="1" width="50" as="geometry">
-             <mxPoint x="178" y="851" as="sourcePoint" />
-             <mxPoint x="228" y="801" as="targetPoint" />
+             <mxPoint x="7" y="990.25" as="sourcePoint" />
+             <mxPoint x="57" y="940.25" as="targetPoint" />
          </mxGeometry>
        </mxCell>
        <mxCell id="4Kx2ZGOmUHy-jwn0eLsE-29" parent="1" style="text;html=1;whiteSpace=wrap;strokeColor=none;fillColor=none;align=left;verticalAlign=middle;rounded=0;fontSize=8;" value="&lt;font face=&quot;Comic Sans MS&quot;&gt;&lt;span style=&quot;background-color: rgb(255, 204, 255);&quot;&gt;CNN - Convolutional Neural Networks&lt;/span&gt;&lt;br&gt;&lt;span&gt;ResNet, VGG, Inception&lt;/span&gt;&lt;/font&gt;" vertex="1">
-           <mxGeometry height="30" width="150" x="260" y="801" as="geometry" />
+           <mxGeometry height="30" width="150" x="89" y="940.25" as="geometry" />
        </mxCell>
        <mxCell id="4Kx2ZGOmUHy-jwn0eLsE-30" parent="1" style="text;html=1;whiteSpace=wrap;strokeColor=none;fillColor=none;align=center;verticalAlign=middle;rounded=0;fontSize=8;" value="&lt;font face=&quot;Comic Sans MS&quot; style=&quot;background-color: rgb(255, 204, 255);&quot;&gt;Vision Transformers&lt;/font&gt;" vertex="1">
-           <mxGeometry height="30" width="100" x="390" y="796" as="geometry" />
+           <mxGeometry height="30" width="100" x="219" y="935.25" as="geometry" />
        </mxCell>
        <mxCell id="4Kx2ZGOmUHy-jwn0eLsE-31" edge="1" parent="1" source="4Kx2ZGOmUHy-jwn0eLsE-12" style="endArrow=blockThin;html=1;rounded=0;endFill=1;strokeColor=light-dark(#929090, #ededed);strokeWidth=0.75;dashed=1;exitX=0.5;exitY=1;exitDx=0;exitDy=0;entryX=0.25;entryY=0;entryDx=0;entryDy=0;" target="4Kx2ZGOmUHy-jwn0eLsE-29" value="">
          <mxGeometry height="50" relative="1" width="50" as="geometry">
-             <mxPoint x="250" y="891" as="sourcePoint" />
-             <mxPoint x="300" y="841" as="targetPoint" />
+             <mxPoint x="79" y="1030.25" as="sourcePoint" />
+             <mxPoint x="129" y="980.25" as="targetPoint" />
          </mxGeometry>
        </mxCell>
        <mxCell id="4Kx2ZGOmUHy-jwn0eLsE-32" edge="1" parent="1" source="4Kx2ZGOmUHy-jwn0eLsE-12" style="endArrow=blockThin;html=1;rounded=0;endFill=1;strokeColor=light-dark(#929090, #ededed);strokeWidth=0.75;dashed=1;entryX=0.25;entryY=0;entryDx=0;entryDy=0;exitX=0.75;exitY=1;exitDx=0;exitDy=0;" target="4Kx2ZGOmUHy-jwn0eLsE-30" value="">
          <mxGeometry height="50" relative="1" width="50" as="geometry">
-             <mxPoint x="250" y="891" as="sourcePoint" />
-             <mxPoint x="300" y="841" as="targetPoint" />
+             <mxPoint x="79" y="1030.25" as="sourcePoint" />
+             <mxPoint x="129" y="980.25" as="targetPoint" />
          </mxGeometry>
        </mxCell>
        <mxCell id="4Kx2ZGOmUHy-jwn0eLsE-33" parent="1" style="text;html=1;whiteSpace=wrap;strokeColor=none;fillColor=none;align=center;verticalAlign=middle;rounded=0;fontSize=8;" value="&lt;font face=&quot;Comic Sans MS&quot; style=&quot;background-color: rgb(204, 229, 255);&quot;&gt;CLIP (Contrastive Language-Image Pretraining&lt;/font&gt;" vertex="1">
-           <mxGeometry height="20" width="190" x="460" y="857" as="geometry" />
+           <mxGeometry height="20" width="190" x="289" y="996.25" as="geometry" />
        </mxCell>
        <mxCell id="4Kx2ZGOmUHy-jwn0eLsE-34" edge="1" parent="1" source="4Kx2ZGOmUHy-jwn0eLsE-13" style="endArrow=blockThin;html=1;rounded=0;endFill=1;strokeColor=light-dark(#929090, #ededed);strokeWidth=0.75;dashed=1;entryX=0.25;entryY=0;entryDx=0;entryDy=0;exitX=0.5;exitY=1;exitDx=0;exitDy=0;" target="4Kx2ZGOmUHy-jwn0eLsE-33" value="">
          <mxGeometry height="50" relative="1" width="50" as="geometry">
-             <mxPoint x="230" y="781" as="sourcePoint" />
-             <mxPoint x="280" y="731" as="targetPoint" />
+             <mxPoint x="59" y="920.25" as="sourcePoint" />
+             <mxPoint x="109" y="870.25" as="targetPoint" />
          </mxGeometry>
        </mxCell>
        <mxCell id="4Kx2ZGOmUHy-jwn0eLsE-35" parent="1" style="text;html=1;whiteSpace=wrap;strokeColor=none;fillColor=none;align=center;verticalAlign=middle;rounded=0;fontSize=8;fontStyle=0" value="&lt;font face=&quot;Comic Sans MS&quot; style=&quot;background-color: rgb(204, 204, 255);&quot;&gt;TF-IDF&lt;/font&gt;" vertex="1">
          <mxGeometry height="30" width="60" x="-131" y="831" as="geometry" />
        </mxCell>
        <mxCell id="4Kx2ZGOmUHy-jwn0eLsE-36" edge="1" parent="1" source="4Kx2ZGOmUHy-jwn0eLsE-17" style="endArrow=blockThin;html=1;rounded=0;endFill=1;strokeColor=light-dark(#929090, #ededed);strokeWidth=0.75;dashed=1;exitX=0;exitY=1;exitDx=0;exitDy=0;entryX=0.75;entryY=0;entryDx=0;entryDy=0;" value="">
          <mxGeometry height="50" relative="1" width="50" as="geometry">
-             <mxPoint x="-12" y="731" as="sourcePoint" />
-             <mxPoint x="-87" y="831" as="targetPoint" />
+             <mxPoint x="-183" y="870.25" as="sourcePoint" />
+             <mxPoint x="-258" y="970.25" as="targetPoint" />
          </mxGeometry>
        </mxCell>
        <mxCell id="V7DRn1bYesRj_FAgbpVT-1" parent="1" style="rounded=1;whiteSpace=wrap;html=1;strokeColor=#808080;fontFamily=Comic Sans MS;strokeWidth=0.75;fontSize=10;" value="Defining the Problem" vertex="1">
          <mxGeometry height="18" width="105" x="947" y="605" as="geometry" />
        </mxCell>
        <mxCell id="V7DRn1bYesRj_FAgbpVT-5" parent="1" style="rounded=1;whiteSpace=wrap;html=1;strokeColor=#808080;fontFamily=Comic Sans MS;strokeWidth=0.75;fontSize=10;" value="Data Collection" vertex="1">
          <mxGeometry height="19" width="77" x="1083" y="604.5" as="geometry" />
        </mxCell>
        <mxCell id="V7DRn1bYesRj_FAgbpVT-7" parent="1" style="rounded=1;whiteSpace=wrap;html=1;strokeColor=#808080;fontFamily=Comic Sans MS;strokeWidth=0.75;fontSize=10;" value="Preparing the Data" vertex="1">
          <mxGeometry height="18" width="105" x="1187" y="604.5" as="geometry" />
        </mxCell>
        <mxCell id="V7DRn1bYesRj_FAgbpVT-8" parent="1" style="rounded=1;whiteSpace=wrap;html=1;strokeColor=#808080;fontFamily=Comic Sans MS;strokeWidth=0.75;fontSize=10;" value="Assigning Appropriate Model" vertex="1">
          <mxGeometry height="19" width="140" x="1152" y="670" as="geometry" />
        </mxCell>
        <mxCell id="V7DRn1bYesRj_FAgbpVT-9" parent="1" style="rounded=1;whiteSpace=wrap;html=1;strokeColor=#808080;fontFamily=Comic Sans MS;strokeWidth=0.75;fontSize=10;" value="Training the Model" vertex="1">
          <mxGeometry height="19" width="97" x="1017" y="670" as="geometry" />
        </mxCell>
        <mxCell id="V7DRn1bYesRj_FAgbpVT-10" parent="1" style="rounded=1;whiteSpace=wrap;html=1;strokeColor=#808080;fontFamily=Comic Sans MS;strokeWidth=0.75;fontSize=10;" value="Evaluating" vertex="1">
          <mxGeometry height="18" width="58" x="936" y="670" as="geometry" />
        </mxCell>
        <mxCell id="V7DRn1bYesRj_FAgbpVT-11" parent="1" style="rounded=1;whiteSpace=wrap;html=1;strokeColor=#808080;fontFamily=Comic Sans MS;strokeWidth=0.75;fontSize=10;" value="Parameter Tuning" vertex="1">
          <mxGeometry height="18" width="98" x="936" y="720" as="geometry" />
        </mxCell>
        <mxCell id="V7DRn1bYesRj_FAgbpVT-12" edge="1" parent="1" source="V7DRn1bYesRj_FAgbpVT-1" style="endArrow=openThin;html=1;rounded=0;strokeWidth=0.75;endFill=0;strokeColor=#666666;entryX=0;entryY=0.5;entryDx=0;entryDy=0;exitX=1;exitY=0.5;exitDx=0;exitDy=0;" target="V7DRn1bYesRj_FAgbpVT-5" value="">
          <mxGeometry height="50" relative="1" width="50" as="geometry">
            <mxPoint x="1021" y="695" as="sourcePoint" />
            <mxPoint x="1071" y="645" as="targetPoint" />
          </mxGeometry>
        </mxCell>
        <mxCell id="V7DRn1bYesRj_FAgbpVT-13" edge="1" parent="1" source="V7DRn1bYesRj_FAgbpVT-5" style="endArrow=openThin;html=1;rounded=0;strokeWidth=0.75;endFill=0;strokeColor=#666666;entryX=0;entryY=0.5;entryDx=0;entryDy=0;exitX=1;exitY=0.5;exitDx=0;exitDy=0;" target="V7DRn1bYesRj_FAgbpVT-7" value="">
          <mxGeometry height="50" relative="1" width="50" as="geometry">
            <mxPoint x="1021" y="695" as="sourcePoint" />
            <mxPoint x="1071" y="645" as="targetPoint" />
          </mxGeometry>
        </mxCell>
        <mxCell id="V7DRn1bYesRj_FAgbpVT-14" edge="1" parent="1" source="V7DRn1bYesRj_FAgbpVT-7" style="endArrow=openThin;html=1;rounded=0;strokeWidth=0.75;endFill=0;strokeColor=#666666;exitX=0.75;exitY=1;exitDx=0;exitDy=0;entryX=0.814;entryY=0;entryDx=0;entryDy=0;entryPerimeter=0;" target="V7DRn1bYesRj_FAgbpVT-8" value="">
          <mxGeometry height="50" relative="1" width="50" as="geometry">
            <mxPoint x="1245" y="652" as="sourcePoint" />
            <mxPoint x="1295" y="602" as="targetPoint" />
          </mxGeometry>
        </mxCell>
        <mxCell id="V7DRn1bYesRj_FAgbpVT-15" edge="1" parent="1" source="V7DRn1bYesRj_FAgbpVT-8" style="endArrow=openThin;html=1;rounded=0;strokeWidth=0.75;endFill=0;strokeColor=#666666;exitX=0;exitY=0.5;exitDx=0;exitDy=0;entryX=1;entryY=0.5;entryDx=0;entryDy=0;" target="V7DRn1bYesRj_FAgbpVT-9" value="">
          <mxGeometry height="50" relative="1" width="50" as="geometry">
            <mxPoint x="1086" y="652" as="sourcePoint" />
            <mxPoint x="1136" y="602" as="targetPoint" />
          </mxGeometry>
        </mxCell>
        <mxCell id="V7DRn1bYesRj_FAgbpVT-16" edge="1" parent="1" source="V7DRn1bYesRj_FAgbpVT-9" style="endArrow=openThin;html=1;rounded=0;strokeWidth=0.75;endFill=0;strokeColor=#666666;exitX=0;exitY=0.5;exitDx=0;exitDy=0;entryX=1;entryY=0.5;entryDx=0;entryDy=0;" target="V7DRn1bYesRj_FAgbpVT-10" value="">
          <mxGeometry height="50" relative="1" width="50" as="geometry">
            <mxPoint x="950" y="652" as="sourcePoint" />
            <mxPoint x="1000" y="602" as="targetPoint" />
          </mxGeometry>
        </mxCell>
        <mxCell id="V7DRn1bYesRj_FAgbpVT-17" edge="1" parent="1" source="V7DRn1bYesRj_FAgbpVT-10" style="endArrow=openThin;html=1;rounded=0;strokeWidth=0.75;endFill=0;strokeColor=#666666;entryX=0.296;entryY=0.028;entryDx=0;entryDy=0;entryPerimeter=0;exitX=0.5;exitY=1;exitDx=0;exitDy=0;" target="V7DRn1bYesRj_FAgbpVT-11" value="">
          <mxGeometry height="50" relative="1" width="50" as="geometry">
            <mxPoint x="911" y="614" as="sourcePoint" />
            <mxPoint x="961" y="564" as="targetPoint" />
          </mxGeometry>
        </mxCell>
        <mxCell id="V7DRn1bYesRj_FAgbpVT-18" parent="1" style="text;html=1;whiteSpace=wrap;strokeColor=none;fillColor=none;align=center;verticalAlign=middle;rounded=0;fontFamily=Comic Sans MS;fontSize=10;" value="&lt;span style=&quot;background-color: rgb(204, 255, 204);&quot;&gt;training data&lt;/span&gt;" vertex="1">
          <mxGeometry height="15" width="60" x="1131" y="641" as="geometry" />
        </mxCell>
        <mxCell id="V7DRn1bYesRj_FAgbpVT-19" parent="1" style="text;html=1;whiteSpace=wrap;strokeColor=none;fillColor=none;align=center;verticalAlign=middle;rounded=0;fontFamily=Comic Sans MS;fontSize=10;" value="&lt;span style=&quot;background-color: rgb(255, 230, 204);&quot;&gt;validation data&lt;/span&gt;" vertex="1">
          <mxGeometry height="15" width="69" x="1188" y="641" as="geometry" />
        </mxCell>
        <mxCell id="V7DRn1bYesRj_FAgbpVT-20" edge="1" parent="1" source="V7DRn1bYesRj_FAgbpVT-7" style="endArrow=blockThin;html=1;rounded=0;strokeColor=#808080;endFill=1;strokeWidth=0.65;exitX=0.5;exitY=1;exitDx=0;exitDy=0;entryX=0.5;entryY=0;entryDx=0;entryDy=0;dashed=1;" target="V7DRn1bYesRj_FAgbpVT-19" value="">
          <mxGeometry height="50" relative="1" width="50" as="geometry">
            <mxPoint x="1105" y="571" as="sourcePoint" />
            <mxPoint x="1080" y="531" as="targetPoint" />
          </mxGeometry>
        </mxCell>
        <mxCell id="V7DRn1bYesRj_FAgbpVT-21" edge="1" parent="1" source="V7DRn1bYesRj_FAgbpVT-7" style="endArrow=blockThin;html=1;rounded=0;strokeColor=#808080;endFill=1;strokeWidth=0.65;exitX=0.5;exitY=1;exitDx=0;exitDy=0;entryX=0.5;entryY=0;entryDx=0;entryDy=0;dashed=1;" target="V7DRn1bYesRj_FAgbpVT-18" value="">
          <mxGeometry height="50" relative="1" width="50" as="geometry">
            <mxPoint x="1105" y="571" as="sourcePoint" />
            <mxPoint x="1080" y="531" as="targetPoint" />
          </mxGeometry>
        </mxCell>
        <mxCell id="V7DRn1bYesRj_FAgbpVT-22" parent="1" style="text;html=1;whiteSpace=wrap;strokeColor=none;fillColor=none;align=center;verticalAlign=middle;rounded=0;fontFamily=Comic Sans MS;fontSize=10;" value="&lt;span style=&quot;background-color: rgb(204, 229, 255);&quot;&gt;Supervised Learning&lt;/span&gt;" vertex="1">
          <mxGeometry height="18" width="100" x="1203" y="711" as="geometry" />
        </mxCell>
        <mxCell id="V7DRn1bYesRj_FAgbpVT-23" parent="1" style="text;html=1;whiteSpace=wrap;strokeColor=none;fillColor=none;align=center;verticalAlign=middle;rounded=0;fontFamily=Comic Sans MS;fontSize=10;" value="&lt;span style=&quot;background-color: rgb(204, 255, 204);&quot;&gt;Unsupervised Learning&lt;/span&gt;" vertex="1">
          <mxGeometry height="21" width="112" x="1203" y="739" as="geometry" />
        </mxCell>
        <mxCell id="V7DRn1bYesRj_FAgbpVT-24" parent="1" style="text;html=1;whiteSpace=wrap;strokeColor=none;fillColor=none;align=center;verticalAlign=middle;rounded=0;fontFamily=Comic Sans MS;fontSize=10;" value="&lt;span style=&quot;background-color: rgb(255, 204, 204);&quot;&gt;Reinforcement Learning&lt;/span&gt;" vertex="1">
          <mxGeometry height="19" width="118" x="1203" y="770" as="geometry" />
        </mxCell>
        <mxCell id="V7DRn1bYesRj_FAgbpVT-25" parent="1" style="text;html=1;whiteSpace=wrap;strokeColor=none;fillColor=none;align=center;verticalAlign=middle;rounded=0;fontFamily=Comic Sans MS;fontSize=10;" value="&lt;span style=&quot;background-color: rgb(255, 255, 204);&quot;&gt;Neural Networks &amp;amp; Deep Learning&lt;/span&gt;" vertex="1">
          <mxGeometry height="18" width="160" x="1203" y="806" as="geometry" />
        </mxCell>
        <mxCell id="V7DRn1bYesRj_FAgbpVT-26" edge="1" parent="1" source="V7DRn1bYesRj_FAgbpVT-8" style="endArrow=blockThin;html=1;rounded=0;strokeColor=#808080;endFill=1;strokeWidth=0.5;exitX=0.25;exitY=1;exitDx=0;exitDy=0;entryX=0;entryY=0.5;entryDx=0;entryDy=0;" target="V7DRn1bYesRj_FAgbpVT-22" value="">
          <mxGeometry height="50" relative="1" width="50" as="geometry">
            <Array as="points">
              <mxPoint x="1187" y="720" />
            </Array>
            <mxPoint x="1169" y="744" as="sourcePoint" />
            <mxPoint x="1273" y="654" as="targetPoint" />
          </mxGeometry>
        </mxCell>
        <mxCell id="V7DRn1bYesRj_FAgbpVT-27" edge="1" parent="1" source="V7DRn1bYesRj_FAgbpVT-8" style="endArrow=blockThin;html=1;rounded=0;strokeColor=#808080;endFill=1;strokeWidth=0.5;entryX=0;entryY=0.5;entryDx=0;entryDy=0;exitX=0.25;exitY=1;exitDx=0;exitDy=0;" target="V7DRn1bYesRj_FAgbpVT-23" value="">
          <mxGeometry height="50" relative="1" width="50" as="geometry">
            <Array as="points">
              <mxPoint x="1187" y="750" />
            </Array>
            <mxPoint x="1186" y="690" as="sourcePoint" />
            <mxPoint x="1260" y="650" as="targetPoint" />
          </mxGeometry>
        </mxCell>
        <mxCell id="V7DRn1bYesRj_FAgbpVT-28" edge="1" parent="1" source="V7DRn1bYesRj_FAgbpVT-8" style="endArrow=blockThin;html=1;rounded=0;strokeColor=#808080;endFill=1;strokeWidth=0.5;exitX=0.25;exitY=1;exitDx=0;exitDy=0;entryX=0;entryY=0.5;entryDx=0;entryDy=0;" target="V7DRn1bYesRj_FAgbpVT-24" value="">
          <mxGeometry height="50" relative="1" width="50" as="geometry">
            <Array as="points">
              <mxPoint x="1187" y="780" />
            </Array>
            <mxPoint x="1176" y="790" as="sourcePoint" />
            <mxPoint x="1280" y="700" as="targetPoint" />
          </mxGeometry>
        </mxCell>
        <mxCell id="V7DRn1bYesRj_FAgbpVT-31" edge="1" parent="1" source="V7DRn1bYesRj_FAgbpVT-8" style="endArrow=blockThin;html=1;rounded=0;strokeColor=#808080;endFill=1;strokeWidth=0.5;exitX=0.25;exitY=1;exitDx=0;exitDy=0;entryX=0;entryY=0.5;entryDx=0;entryDy=0;" target="V7DRn1bYesRj_FAgbpVT-25" value="">
          <mxGeometry height="50" relative="1" width="50" as="geometry">
            <Array as="points">
              <mxPoint x="1187" y="815" />
            </Array>
            <mxPoint x="1136" y="790" as="sourcePoint" />
            <mxPoint x="1240" y="700" as="targetPoint" />
          </mxGeometry>
        </mxCell>
        <mxCell id="V7DRn1bYesRj_FAgbpVT-33" parent="1" style="rounded=0;whiteSpace=wrap;html=1;fontFamily=Comic Sans MS;strokeWidth=0.5;strokeColor=#808080;align=left;verticalAlign=top;fontSize=10;" value="CNN,&amp;nbsp;RNN / LSTM" vertex="1">
          <mxGeometry height="30" width="180" x="1406" y="826" as="geometry" />
        </mxCell>
        <mxCell id="V7DRn1bYesRj_FAgbpVT-35" parent="1" style="rounded=0;whiteSpace=wrap;html=1;fontFamily=Comic Sans MS;strokeWidth=0.5;strokeColor=#808080;align=left;verticalAlign=top;fontSize=10;" value="Q-Learning, Deep Q-Network (DQN)." vertex="1">
          <mxGeometry height="30" width="180" x="1406" y="786" as="geometry" />
        </mxCell>
        <mxCell id="V7DRn1bYesRj_FAgbpVT-36" parent="1" style="rounded=0;whiteSpace=wrap;html=1;fontFamily=Comic Sans MS;strokeWidth=0.5;strokeColor=#808080;align=left;verticalAlign=top;fontSize=10;" value="Clustering :&amp;nbsp;K-Means, DBSCAN&lt;br&gt;Dimensionality Reduction:&amp;nbsp;PCA" vertex="1">
          <mxGeometry height="30" width="180" x="1406" y="739.5" as="geometry" />
        </mxCell>
        <mxCell id="V7DRn1bYesRj_FAgbpVT-37" parent="1" style="rounded=0;whiteSpace=wrap;html=1;fontFamily=Comic Sans MS;strokeWidth=0.5;strokeColor=#808080;align=left;verticalAlign=top;fontSize=10;" value="Regression :&amp;nbsp;Linear Regression&lt;div&gt;Classification : Logistic Regression, Decision Trees, Random Forest,SVM - Support Vector Machine&lt;/div&gt;" vertex="1">
          <mxGeometry height="48" width="220" x="1406" y="679.25" as="geometry" />
        </mxCell>
        <mxCell id="V7DRn1bYesRj_FAgbpVT-39" edge="1" parent="1" source="V7DRn1bYesRj_FAgbpVT-22" style="endArrow=blockThin;html=1;rounded=0;strokeColor=#808080;endFill=1;strokeWidth=0.65;exitX=1;exitY=0.5;exitDx=0;exitDy=0;entryX=0;entryY=0.25;entryDx=0;entryDy=0;dashed=1;" target="V7DRn1bYesRj_FAgbpVT-37" value="">
          <mxGeometry height="50" relative="1" width="50" as="geometry">
            <mxPoint x="1351" y="760" as="sourcePoint" />
            <mxPoint x="1326" y="720" as="targetPoint" />
          </mxGeometry>
        </mxCell>
        <mxCell id="V7DRn1bYesRj_FAgbpVT-40" edge="1" parent="1" source="V7DRn1bYesRj_FAgbpVT-23" style="endArrow=blockThin;html=1;rounded=0;strokeColor=#808080;endFill=1;strokeWidth=0.65;exitX=1;exitY=0.5;exitDx=0;exitDy=0;entryX=0;entryY=0.25;entryDx=0;entryDy=0;dashed=1;" target="V7DRn1bYesRj_FAgbpVT-36" value="">
          <mxGeometry height="50" relative="1" width="50" as="geometry">
            <mxPoint x="1351" y="760" as="sourcePoint" />
            <mxPoint x="1326" y="720" as="targetPoint" />
          </mxGeometry>
        </mxCell>
        <mxCell id="V7DRn1bYesRj_FAgbpVT-41" edge="1" parent="1" source="V7DRn1bYesRj_FAgbpVT-24" style="endArrow=blockThin;html=1;rounded=0;strokeColor=#808080;endFill=1;strokeWidth=0.65;exitX=1;exitY=0.5;exitDx=0;exitDy=0;entryX=0;entryY=0.25;entryDx=0;entryDy=0;dashed=1;" target="V7DRn1bYesRj_FAgbpVT-35" value="">
          <mxGeometry height="50" relative="1" width="50" as="geometry">
            <mxPoint x="1351" y="760" as="sourcePoint" />
            <mxPoint x="1326" y="720" as="targetPoint" />
          </mxGeometry>
        </mxCell>
        <mxCell id="V7DRn1bYesRj_FAgbpVT-42" edge="1" parent="1" source="V7DRn1bYesRj_FAgbpVT-25" style="endArrow=blockThin;html=1;rounded=0;strokeColor=#808080;endFill=1;strokeWidth=0.65;exitX=1;exitY=0.5;exitDx=0;exitDy=0;entryX=0;entryY=0.25;entryDx=0;entryDy=0;dashed=1;" target="V7DRn1bYesRj_FAgbpVT-33" value="">
          <mxGeometry height="50" relative="1" width="50" as="geometry">
            <mxPoint x="1351" y="760" as="sourcePoint" />
            <mxPoint x="1326" y="720" as="targetPoint" />
          </mxGeometry>
        </mxCell>
        <mxCell id="V7DRn1bYesRj_FAgbpVT-44" parent="1" style="rounded=0;whiteSpace=wrap;html=1;fontFamily=Comic Sans MS;strokeWidth=0.5;strokeColor=#808080;align=left;verticalAlign=top;fontSize=10;" value="Feed datasets to the algorithm so it can learn. Continuous training helps the algorithm adjust its weights and improve its predictive capabilities" vertex="1">
          <mxGeometry height="75" width="133" x="1046" y="720" as="geometry" />
        </mxCell>
        <mxCell id="V7DRn1bYesRj_FAgbpVT-45" edge="1" parent="1" source="V7DRn1bYesRj_FAgbpVT-9" style="endArrow=blockThin;html=1;rounded=0;strokeColor=#808080;endFill=1;strokeWidth=0.65;exitX=0.75;exitY=1;exitDx=0;exitDy=0;entryX=0.25;entryY=0;entryDx=0;entryDy=0;dashed=1;" target="V7DRn1bYesRj_FAgbpVT-44" value="">
          <mxGeometry height="50" relative="1" width="50" as="geometry">
            <mxPoint x="1081" y="690" as="sourcePoint" />
            <mxPoint x="1056" y="650" as="targetPoint" />
          </mxGeometry>
        </mxCell>
        <mxCell id="V7DRn1bYesRj_FAgbpVT-46" parent="1" style="rounded=0;whiteSpace=wrap;html=1;fontFamily=Comic Sans MS;strokeWidth=0.5;strokeColor=#808080;align=left;verticalAlign=top;fontSize=10;" value="Adjust the &lt;u&gt;hyperparameters&lt;/u&gt; for optimization, helping the model achieve the highest possible accuracy" vertex="1">
          <mxGeometry height="60" width="130" x="900" y="760" as="geometry" />
        </mxCell>
        <mxCell id="V7DRn1bYesRj_FAgbpVT-47" edge="1" parent="1" source="V7DRn1bYesRj_FAgbpVT-11" style="endArrow=blockThin;html=1;rounded=0;strokeColor=#808080;endFill=1;strokeWidth=0.65;exitX=0.25;exitY=1;exitDx=0;exitDy=0;entryX=0.462;entryY=0.005;entryDx=0;entryDy=0;dashed=1;entryPerimeter=0;" target="V7DRn1bYesRj_FAgbpVT-46" value="">
          <mxGeometry height="50" relative="1" width="50" as="geometry">
            <mxPoint x="1081" y="750" as="sourcePoint" />
            <mxPoint x="961.5" y="760" as="targetPoint" />
          </mxGeometry>
        </mxCell>
        <mxCell id="V7DRn1bYesRj_FAgbpVT-48" parent="1" style="text;html=1;whiteSpace=wrap;strokeColor=none;fillColor=none;align=center;verticalAlign=middle;rounded=0;fontFamily=Comic Sans MS;fontSize=8;" value="&lt;span style=&quot;background-color: rgb(204, 255, 204);&quot;&gt;Input Data&lt;/span&gt;" vertex="1">
          <mxGeometry height="20" width="60" x="916" y="632.25" as="geometry" />
        </mxCell>
        <mxCell id="V7DRn1bYesRj_FAgbpVT-49" parent="1" style="text;html=1;whiteSpace=wrap;strokeColor=none;fillColor=none;align=center;verticalAlign=middle;rounded=0;fontFamily=Comic Sans MS;fontSize=8;" value="&lt;span style=&quot;background-color: rgb(204, 255, 255);&quot;&gt;Problem Statement&lt;/span&gt;" vertex="1">
          <mxGeometry height="20" width="90" x="916" y="621.25" as="geometry" />
        </mxCell>
        <mxCell id="V7DRn1bYesRj_FAgbpVT-50" parent="1" style="text;html=1;whiteSpace=wrap;strokeColor=none;fillColor=none;align=center;verticalAlign=middle;rounded=0;fontFamily=Comic Sans MS;fontSize=8;" value="&lt;span style=&quot;background-color: rgb(255, 230, 204);&quot;&gt;Model Objective / Goal&lt;/span&gt;" vertex="1">
          <mxGeometry height="16.75" width="110.5" x="976.75" y="622.88" as="geometry" />
        </mxCell>
        <mxCell id="V7DRn1bYesRj_FAgbpVT-51" parent="1" style="text;html=1;whiteSpace=wrap;strokeColor=none;fillColor=none;align=center;verticalAlign=middle;rounded=0;fontFamily=Comic Sans MS;fontSize=8;" value="&lt;span style=&quot;background-color: rgb(255, 255, 204);&quot;&gt;Features / Attributes&lt;/span&gt;" vertex="1">
          <mxGeometry height="20" width="100" x="951" y="633" as="geometry" />
        </mxCell>
        <mxCell id="V7DRn1bYesRj_FAgbpVT-52" parent="1" style="text;html=1;whiteSpace=wrap;strokeColor=none;fillColor=none;align=center;verticalAlign=middle;rounded=0;fontFamily=Comic Sans MS;fontSize=8;" value="&lt;span style=&quot;background-color: rgb(255, 204, 230);&quot;&gt;Independent Variables&lt;/span&gt;" vertex="1">
          <mxGeometry height="20" width="100" x="1023" y="633" as="geometry" />
        </mxCell>
        <mxCell id="V7DRn1bYesRj_FAgbpVT-53" parent="1" style="text;html=1;whiteSpace=wrap;strokeColor=none;fillColor=none;align=center;verticalAlign=middle;rounded=0;fontFamily=Comic Sans MS;fontSize=8;" value="&lt;span style=&quot;background-color: rgb(255, 204, 204);&quot;&gt;Target Variable&lt;/span&gt;" vertex="1">
          <mxGeometry height="20" width="60" x="923" y="644" as="geometry" />
        </mxCell>
        <mxCell id="V7DRn1bYesRj_FAgbpVT-54" parent="1" style="text;html=1;whiteSpace=wrap;strokeColor=none;fillColor=none;align=center;verticalAlign=middle;rounded=0;fontFamily=Comic Sans MS;fontSize=8;" value="&lt;span style=&quot;background-color: rgb(204, 255, 204);&quot;&gt;Label&lt;/span&gt;" vertex="1">
          <mxGeometry height="12" width="25" x="976.75" y="648" as="geometry" />
        </mxCell>
        <mxCell id="V7DRn1bYesRj_FAgbpVT-55" parent="1" style="text;html=1;whiteSpace=wrap;strokeColor=none;fillColor=none;align=center;verticalAlign=middle;rounded=0;fontFamily=Comic Sans MS;fontSize=8;" value="&lt;span style=&quot;background-color: rgb(204, 204, 255);&quot;&gt;Expected Output&lt;/span&gt;" vertex="1">
          <mxGeometry height="15" width="65" x="995.5" y="646.5" as="geometry" />
        </mxCell>
        <mxCell id="V7DRn1bYesRj_FAgbpVT-56" parent="1" style="text;html=1;whiteSpace=wrap;strokeColor=none;fillColor=none;align=center;verticalAlign=middle;rounded=0;fontFamily=Comic Sans MS;fontSize=8;" value="&lt;span style=&quot;background-color: rgb(204, 255, 255);&quot;&gt;Dependent Variable&lt;/span&gt;" vertex="1">
          <mxGeometry height="18" width="75" x="1051" y="645" as="geometry" />
        </mxCell>
        <mxCell id="V7DRn1bYesRj_FAgbpVT-57" parent="1" style="text;html=1;whiteSpace=wrap;strokeColor=none;fillColor=none;align=center;verticalAlign=middle;rounded=0;fontFamily=Comic Sans MS;fontSize=8;" value="&lt;span style=&quot;background-color: rgb(204, 255, 204);&quot;&gt;Model artifact&lt;/span&gt;" vertex="1">
          <mxGeometry height="15" width="60" x="1066" y="623.75" as="geometry" />
        </mxCell>
        <mxCell id="V7DRn1bYesRj_FAgbpVT-58" parent="1" style="text;html=1;whiteSpace=wrap;strokeColor=none;fillColor=none;align=center;verticalAlign=middle;rounded=0;fontSize=10;" value="&lt;font face=&quot;Comic Sans MS&quot; style=&quot;background-color: rgb(204, 204, 255);&quot;&gt;Inference&lt;/font&gt;" vertex="1">
          <mxGeometry height="13.5" width="50" x="773" y="575" as="geometry" />
        </mxCell>
-         <mxCell id="V7DRn1bYesRj_FAgbpVT-59" edge="1" parent="1" source="48Jv2C9wjBzbgeSbcpPr-3" style="edgeStyle=orthogonalEdgeStyle;rounded=0;orthogonalLoop=1;jettySize=auto;html=1;innerLoopWaypoints=1;exitX=0.5;exitY=1;exitDx=0;exitDy=0;" target="48Jv2C9wjBzbgeSbcpPr-3">
-           <mxGeometry relative="1" as="geometry" />
+         <mxCell id="V7DRn1bYesRj_FAgbpVT-59" edge="1" parent="1" style="edgeStyle=orthogonalEdgeStyle;rounded=0;orthogonalLoop=1;jettySize=auto;html=1;innerLoopWaypoints=1;exitX=0.5;exitY=1;exitDx=0;exitDy=0;">
+           <mxGeometry relative="1" as="geometry">
+             <mxPoint x="309" y="692" as="sourcePoint" />
+             <mxPoint x="309" y="692" as="targetPoint" />
+           </mxGeometry>
+         </mxCell>
+         <mxCell id="RreDaSVfhYIk49Yz23y1-1" parent="1" style="text;html=1;whiteSpace=wrap;strokeColor=none;fillColor=none;align=center;verticalAlign=middle;rounded=0;fontFamily=Comic Sans MS;fontSize=10;" value="&lt;span style=&quot;background-color: rgb(204, 255, 255);&quot;&gt;&lt;span&gt;Vector &lt;/span&gt;&lt;span&gt;DB&lt;/span&gt;&lt;/span&gt;" vertex="1">
+           <mxGeometry height="18.75" width="47.5" x="683.75" y="613.5" as="geometry" />
+         </mxCell>
+         <mxCell id="RreDaSVfhYIk49Yz23y1-2" parent="1" style="rounded=0;whiteSpace=wrap;html=1;fontFamily=Comic Sans MS;strokeWidth=0.5;strokeColor=#808080;align=center;verticalAlign=top;fontSize=10;dashed=1;" value="&lt;u&gt;common technology&lt;/u&gt;&lt;div&gt;&lt;br&gt;&lt;/div&gt;" vertex="1">
+           <mxGeometry height="138" width="160" x="-63" y="503" as="geometry" />
+         </mxCell>
+         <mxCell id="RreDaSVfhYIk49Yz23y1-3" parent="1" style="rounded=1;whiteSpace=wrap;html=1;strokeColor=#808080;fontFamily=Comic Sans MS;strokeWidth=0.75;fontSize=10;" value="" vertex="1">
+           <mxGeometry height="62" width="30" x="625" y="698" as="geometry" />
+         </mxCell>
+         <mxCell id="RreDaSVfhYIk49Yz23y1-4" parent="1" style="rounded=1;whiteSpace=wrap;html=1;strokeColor=#808080;fontFamily=Comic Sans MS;strokeWidth=0.75;fontSize=10;" value="" vertex="1">
+           <mxGeometry height="10" width="25" x="627.5" y="701" as="geometry" />
+         </mxCell>
+         <mxCell id="RreDaSVfhYIk49Yz23y1-5" parent="1" style="rounded=1;whiteSpace=wrap;html=1;strokeColor=#808080;fontFamily=Comic Sans MS;strokeWidth=0.75;fontSize=10;" value="" vertex="1">
+           <mxGeometry height="10" width="25" x="627.5" y="715" as="geometry" />
+         </mxCell>
+         <mxCell id="RreDaSVfhYIk49Yz23y1-6" parent="1" style="rounded=1;whiteSpace=wrap;html=1;strokeColor=#808080;fontFamily=Comic Sans MS;strokeWidth=0.75;fontSize=10;" value="" vertex="1">
+           <mxGeometry height="10" width="25" x="627.5" y="729.5" as="geometry" />
+         </mxCell>
+         <mxCell id="RreDaSVfhYIk49Yz23y1-7" parent="1" style="rounded=1;whiteSpace=wrap;html=1;strokeColor=#808080;fontFamily=Comic Sans MS;strokeWidth=0.75;fontSize=10;fontStyle=1" value="" vertex="1">
+           <mxGeometry height="10" width="25" x="627.5" y="744.5" as="geometry" />
+         </mxCell>
+         <mxCell id="RreDaSVfhYIk49Yz23y1-8" parent="1" style="rounded=0;whiteSpace=wrap;html=1;fontFamily=Comic Sans MS;strokeWidth=0.5;strokeColor=#808080;align=left;verticalAlign=top;fontSize=10;" value="specialized systems designed to store, index, and retrieve high-dimensional vectors ( use as embeddings)&lt;div&gt;-&amp;nbsp;managing unstructured data&lt;/div&gt;&lt;div&gt;- similarity Search&lt;br&gt;- aim : understanding relationships between items is crucial, enable :&amp;nbsp;&lt;br&gt;&lt;span style=&quot;white-space: pre;&quot;&gt;&#x9;&lt;/span&gt;+&amp;nbsp;semantic search&lt;br&gt;&lt;/div&gt;&lt;div&gt;&lt;span style=&quot;white-space: pre;&quot;&gt;&#x9;&lt;/span&gt;+&amp;nbsp;recommendation systems&lt;br&gt;&lt;span style=&quot;white-space: pre;&quot;&gt;&#x9;&lt;/span&gt;+&amp;nbsp;content discovery&lt;br&gt;&lt;/div&gt;&lt;div&gt;- index&amp;nbsp;techniques :&amp;nbsp;approximate nearest neighbor (ANN)&lt;/div&gt;" vertex="1">
+           <mxGeometry height="120" width="300" x="490" y="769.5" as="geometry" />
+         </mxCell>
+         <mxCell id="RreDaSVfhYIk49Yz23y1-10" edge="1" parent="1" source="RreDaSVfhYIk49Yz23y1-1" style="endArrow=blockThin;html=1;rounded=0;strokeColor=#808080;endFill=1;strokeWidth=0.65;exitX=0.5;exitY=1;exitDx=0;exitDy=0;entryX=0.75;entryY=0;entryDx=0;entryDy=0;dashed=1;" target="RreDaSVfhYIk49Yz23y1-3" value="">
+           <mxGeometry height="50" relative="1" width="50" as="geometry">
+             <mxPoint x="605" y="670" as="sourcePoint" />
+             <mxPoint x="580" y="630" as="targetPoint" />
+           </mxGeometry>
+         </mxCell>
+         <mxCell id="RreDaSVfhYIk49Yz23y1-13" parent="1" style="text;html=1;whiteSpace=wrap;strokeColor=none;fillColor=none;align=center;verticalAlign=middle;rounded=0;fontFamily=Comic Sans MS;fontSize=10;" value="&lt;span style=&quot;background-color: rgb(255, 204, 255);&quot;&gt;Vector Search Workflow&lt;/span&gt;" vertex="1">
+           <mxGeometry height="30" width="110" x="480" y="920" as="geometry" />
+         </mxCell>
+         <mxCell id="RreDaSVfhYIk49Yz23y1-15" parent="1" style="rounded=1;whiteSpace=wrap;html=1;strokeColor=#808080;fontFamily=Comic Sans MS;strokeWidth=0.75;fontSize=10;" value="embedding" vertex="1">
+           <mxGeometry height="20" width="50" x="520" y="1000.25" as="geometry" />
+         </mxCell>
+         <mxCell id="RreDaSVfhYIk49Yz23y1-16" parent="1" style="rounded=1;whiteSpace=wrap;html=1;strokeColor=#808080;fontFamily=Comic Sans MS;strokeWidth=0.75;fontSize=10;" value="vectorize" vertex="1">
+           <mxGeometry height="20" width="60" x="520" y="1049.25" as="geometry" />
+         </mxCell>
+         <mxCell id="RreDaSVfhYIk49Yz23y1-17" parent="1" style="rounded=1;whiteSpace=wrap;html=1;strokeColor=#808080;fontFamily=Comic Sans MS;strokeWidth=0.75;fontSize=10;" value="return result" vertex="1">
+           <mxGeometry height="20" width="60" x="520" y="1100" as="geometry" />
+         </mxCell>
+         <mxCell id="RreDaSVfhYIk49Yz23y1-18" parent="1" style="rounded=1;whiteSpace=wrap;html=1;strokeColor=#808080;fontFamily=Comic Sans MS;strokeWidth=0.75;fontSize=10;" value="user&#39;s input" vertex="1">
+           <mxGeometry height="20" width="50" x="520" y="960.25" as="geometry" />
        </mxCell>
      </root>
    </mxGraphModel>
  </diagram>
</mxfile>
